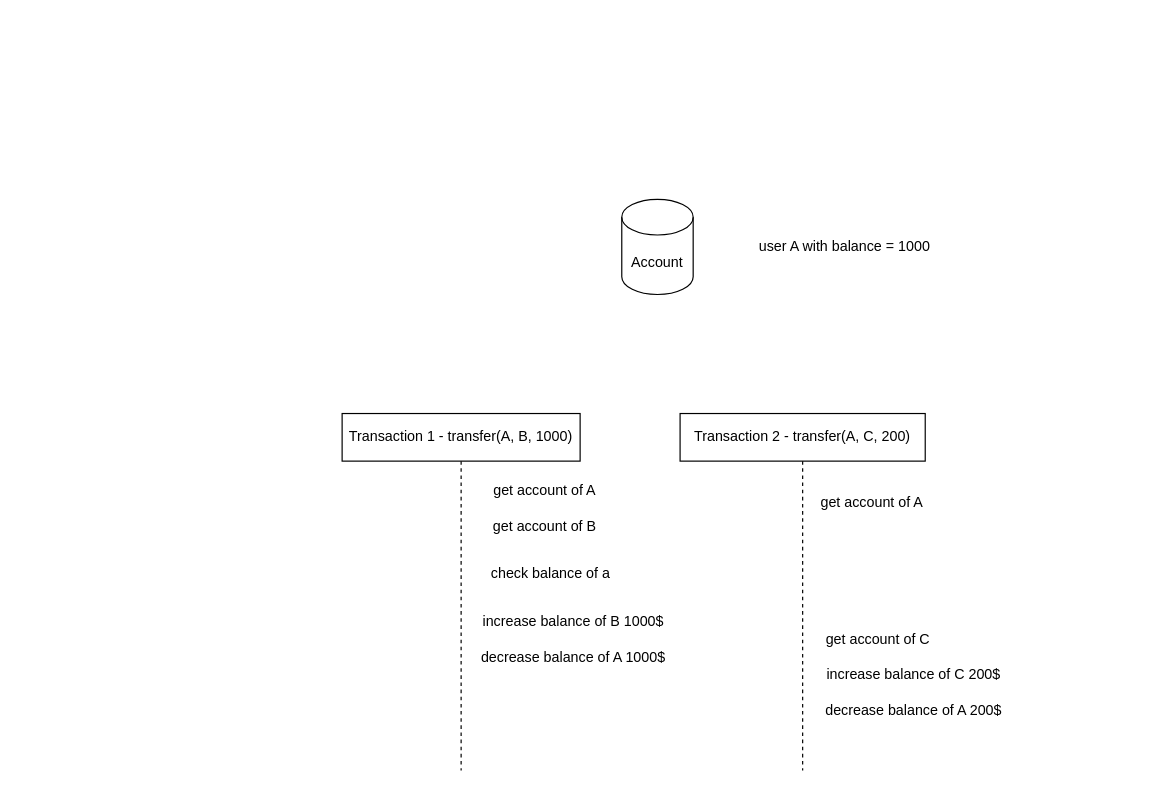
This is design-patern-test/design patern test.drawio from 15520529/draw-io, a draw.io file, before an edit. Source tidied: cells renumbered, new cells numbered last; positions are measured from the earlier drawing's top-left corner, leaving out a move shared by most shapes. Both pictures are drawn from the tidied source at 119%, with x=0, y=0 at pixel (342, 199).
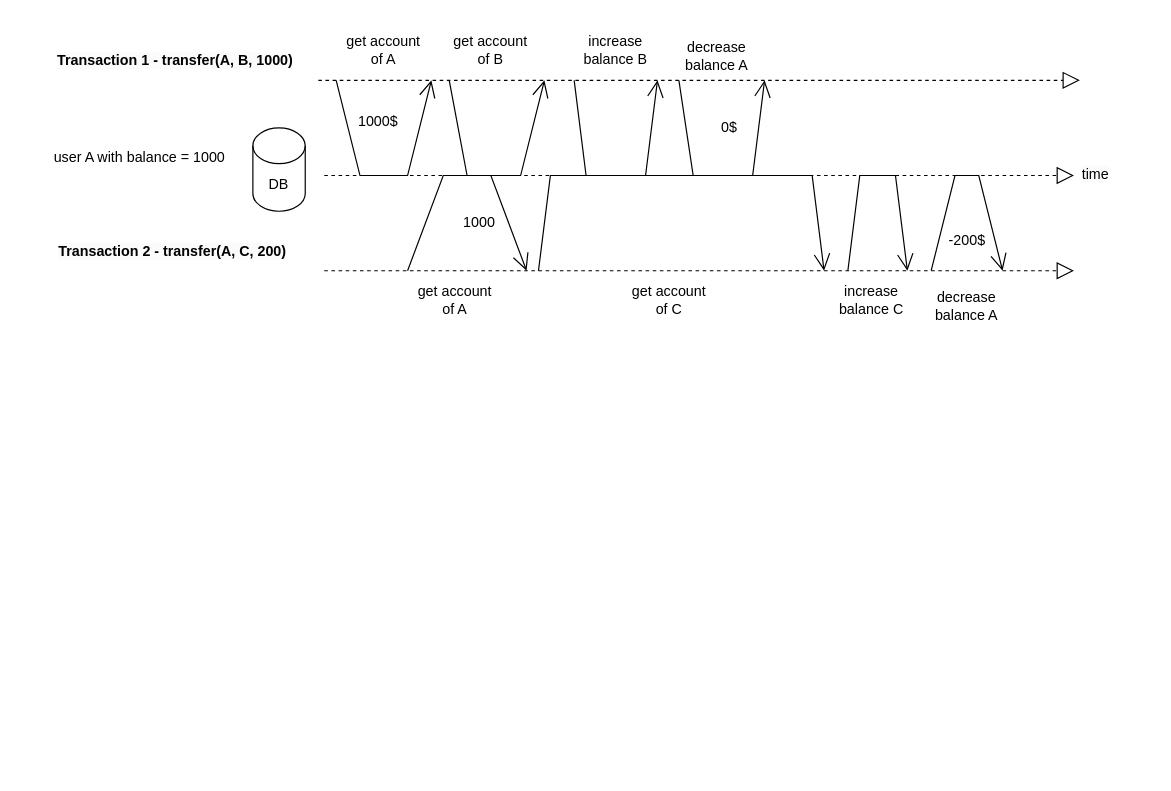
Above is the later version.

Commit message:
Cập nhật design patern test.drawio

Change to the diagram source:
```diff
@@
-    <mxCell id="2" value="Account" style="shape=cylinder3;whiteSpace=wrap;html=1;boundedLbl=1;backgroundOutline=1;size=15;" parent="1" vertex="1">
-      <mxGeometry x="235" width="60" height="80" as="geometry" />
+    <mxCell id="2" value="DB" style="shape=cylinder3;whiteSpace=wrap;html=1;boundedLbl=1;backgroundOutline=1;size=15;" parent="1" vertex="1">
+      <mxGeometry x="-75" y="-60" width="44" height="70" as="geometry" />
     </mxCell>
+    <mxCell id="5" value="user A with balance = 1000" style="text;html=1;strokeColor=none;fillColor=none;align=center;verticalAlign=middle;whiteSpace=wrap;rounded=0;" parent="1" vertex="1">
+      <mxGeometry x="-270" y="-50" width="200" height="30" as="geometry" />
+    </mxCell>
+    <mxCell id="15" style="endArrow=block;dashed=1;endFill=0;endSize=12;html=1;rounded=0;" parent="1" edge="1">
+      <mxGeometry relative="1" as="geometry">
+        <mxPoint x="-15" y="-20" as="sourcePoint" />
+        <mxPoint x="615" y="-20" as="targetPoint" />
+      </mxGeometry>
+    </mxCell>
-    <mxCell id="3" value="Transaction 1 -&amp;nbsp;transfer(A, B, 1000)" style="shape=umlLifeline;perimeter=lifelinePerimeter;whiteSpace=wrap;html=1;newEdgeStyle={&quot;edgeStyle&quot;:&quot;elbowEdgeStyle&quot;,&quot;elbow&quot;:&quot;vertical&quot;,&quot;curved&quot;:0,&quot;rounded&quot;:0};" parent="1" vertex="1">
-      <mxGeometry y="180" width="200" height="300" as="geometry" />
+    <mxCell id="3" value="&lt;span style=&quot;color: rgb(0, 0, 0); font-family: Helvetica; font-size: 12px; font-style: normal; font-variant-ligatures: normal; font-variant-caps: normal; letter-spacing: normal; orphans: 2; text-align: center; text-indent: 0px; text-transform: none; widows: 2; word-spacing: 0px; -webkit-text-stroke-width: 0px; background-color: rgb(251, 251, 251); text-decoration-thickness: initial; text-decoration-style: initial; text-decoration-color: initial; float: none; display: inline !important;&quot;&gt;Transaction 1 -&amp;nbsp;transfer(A, B, 1000)&lt;/span&gt;" style="text;whiteSpace=wrap;html=1;fontStyle=1;" parent="1" vertex="1">
+      <mxGeometry x="-241" y="-130" width="220" height="40" as="geometry" />
     </mxCell>
+    <mxCell id="16" value="&lt;span style=&quot;color: rgb(0, 0, 0); font-family: Helvetica; font-size: 12px; font-style: normal; font-variant-ligatures: normal; font-variant-caps: normal; font-weight: 400; letter-spacing: normal; orphans: 2; text-align: center; text-indent: 0px; text-transform: none; widows: 2; word-spacing: 0px; -webkit-text-stroke-width: 0px; background-color: rgb(251, 251, 251); text-decoration-thickness: initial; text-decoration-style: initial; text-decoration-color: initial; float: none; display: inline !important;&quot;&gt;time&lt;/span&gt;" style="text;whiteSpace=wrap;html=1;" parent="1" vertex="1">
+      <mxGeometry x="620" y="-35" width="60" height="40" as="geometry" />
+    </mxCell>
+    <mxCell id="17" style="endArrow=block;dashed=1;endFill=0;endSize=12;html=1;rounded=0;" parent="1" edge="1">
+      <mxGeometry relative="1" as="geometry">
+        <mxPoint x="-20" y="-100" as="sourcePoint" />
+        <mxPoint x="620" y="-100" as="targetPoint" />
+      </mxGeometry>
+    </mxCell>
-    <mxCell id="4" value="Transaction 2 -&amp;nbsp;transfer(A, C, 200)" style="shape=umlLifeline;perimeter=lifelinePerimeter;whiteSpace=wrap;html=1;newEdgeStyle={&quot;edgeStyle&quot;:&quot;elbowEdgeStyle&quot;,&quot;elbow&quot;:&quot;vertical&quot;,&quot;curved&quot;:0,&quot;rounded&quot;:0};" parent="1" vertex="1">
-      <mxGeometry x="284" y="180" width="206" height="300" as="geometry" />
+    <mxCell id="4" value="&lt;span style=&quot;color: rgb(0, 0, 0); font-family: Helvetica; font-size: 12px; font-style: normal; font-variant-ligatures: normal; font-variant-caps: normal; letter-spacing: normal; orphans: 2; text-align: center; text-indent: 0px; text-transform: none; widows: 2; word-spacing: 0px; -webkit-text-stroke-width: 0px; background-color: rgb(251, 251, 251); text-decoration-thickness: initial; text-decoration-style: initial; text-decoration-color: initial; float: none; display: inline !important;&quot;&gt;Transaction 2 -&amp;nbsp;transfer(A, C, 200)&lt;/span&gt;" style="text;whiteSpace=wrap;html=1;fontStyle=1;" parent="1" vertex="1">
+      <mxGeometry x="-240" y="30" width="220" height="40" as="geometry" />
     </mxCell>
-    <mxCell id="5" value="user A with balance = 1000" style="text;html=1;strokeColor=none;fillColor=none;align=center;verticalAlign=middle;whiteSpace=wrap;rounded=0;" parent="1" vertex="1">
-      <mxGeometry x="310" y="25" width="225" height="30" as="geometry" />
-    </mxCell>
-    <mxCell id="6" value="check balance of a" style="text;html=1;align=center;verticalAlign=middle;strokeColor=none;fillColor=none;" parent="1" vertex="1">
-      <mxGeometry x="115" y="300" width="120" height="30" as="geometry" />
-    </mxCell>
-    <mxCell id="7" value="get account of A" style="text;html=1;align=center;verticalAlign=middle;strokeColor=none;fillColor=none;" parent="1" vertex="1">
-      <mxGeometry x="115" y="230" width="110" height="30" as="geometry" />
-    </mxCell>
+    <mxCell id="18" style="endArrow=block;dashed=1;endFill=0;endSize=12;html=1;rounded=0;" parent="1" edge="1">
+      <mxGeometry relative="1" as="geometry">
+        <mxPoint x="-15" y="60" as="sourcePoint" />
+        <mxPoint x="615" y="60" as="targetPoint" />
+      </mxGeometry>
+    </mxCell>
+    <mxCell id="19" style="endArrow=open;endFill=1;endSize=12;html=1;rounded=0;" parent="1" edge="1">
+      <mxGeometry relative="1" as="geometry">
+        <mxPoint x="90" y="-100" as="sourcePoint" />
+        <mxPoint x="170" y="-100" as="targetPoint" />
+        <Array as="points">
+          <mxPoint x="105" y="-20" />
+          <mxPoint x="150" y="-20" />
+        </Array>
+      </mxGeometry>
+    </mxCell>
+    <mxCell id="20" style="endArrow=open;endFill=1;endSize=12;html=1;rounded=0;" parent="1" edge="1">
+      <mxGeometry relative="1" as="geometry">
+        <mxPoint x="55" y="60" as="sourcePoint" />
+        <mxPoint x="155" y="60" as="targetPoint" />
+        <Array as="points">
+          <mxPoint x="85" y="-20" />
+          <mxPoint x="125" y="-20" />
+        </Array>
+      </mxGeometry>
+    </mxCell>
+    <mxCell id="21" value="1000$" style="text;html=1;align=center;verticalAlign=middle;strokeColor=none;fillColor=none;" parent="1" vertex="1">
+      <mxGeometry y="-80" width="60" height="30" as="geometry" />
+    </mxCell>
+    <mxCell id="22" value="1000" style="text;html=1;align=center;verticalAlign=middle;strokeColor=none;fillColor=none;" parent="1" vertex="1">
+      <mxGeometry x="90" y="5" width="50" height="30" as="geometry" />
+    </mxCell>
+    <mxCell id="23" style="endArrow=open;endFill=1;endSize=12;html=1;rounded=0;" parent="1" edge="1">
+      <mxGeometry relative="1" as="geometry">
+        <mxPoint x="165" y="60" as="sourcePoint" />
+        <mxPoint x="405" y="60" as="targetPoint" />
+        <Array as="points">
+          <mxPoint x="175" y="-20" />
+          <mxPoint x="395" y="-20" />
+        </Array>
+      </mxGeometry>
+    </mxCell>
+    <mxCell id="24" style="endArrow=open;endFill=1;endSize=12;html=1;rounded=0;" parent="1" edge="1">
+      <mxGeometry relative="1" as="geometry">
+        <mxPoint x="195" y="-100" as="sourcePoint" />
+        <mxPoint x="265" y="-100" as="targetPoint" />
+        <Array as="points">
+          <mxPoint x="205" y="-20" />
+          <mxPoint x="255" y="-20" />
+        </Array>
+      </mxGeometry>
+    </mxCell>
+    <mxCell id="25" style="endArrow=open;endFill=1;endSize=12;html=1;rounded=0;" parent="1" edge="1">
+      <mxGeometry relative="1" as="geometry">
+        <mxPoint x="495" y="60" as="sourcePoint" />
+        <mxPoint x="555" y="60" as="targetPoint" />
+        <Array as="points">
+          <mxPoint x="515" y="-20" />
+          <mxPoint x="535" y="-20" />
+        </Array>
+      </mxGeometry>
+    </mxCell>
+    <mxCell id="26" style="endArrow=open;endFill=1;endSize=12;html=1;rounded=0;" parent="1" edge="1">
+      <mxGeometry relative="1" as="geometry">
+        <mxPoint x="425" y="60" as="sourcePoint" />
+        <mxPoint x="475" y="60" as="targetPoint" />
+        <Array as="points">
+          <mxPoint x="435" y="-20" />
+          <mxPoint x="465" y="-20" />
+        </Array>
+      </mxGeometry>
+    </mxCell>
+    <mxCell id="27" style="endArrow=open;endFill=1;endSize=12;html=1;rounded=0;" parent="1" edge="1">
+      <mxGeometry relative="1" as="geometry">
+        <mxPoint x="283" y="-100" as="sourcePoint" />
+        <mxPoint x="355" y="-100" as="targetPoint" />
+        <Array as="points">
+          <mxPoint x="295" y="-20" />
+          <mxPoint x="345" y="-20" />
+        </Array>
+      </mxGeometry>
+    </mxCell>
+    <mxCell id="28" value="decrease balance A" style="text;html=1;strokeColor=none;fillColor=none;align=center;verticalAlign=middle;whiteSpace=wrap;rounded=0;" parent="1" vertex="1">
+      <mxGeometry x="485" y="60" width="80" height="60" as="geometry" />
+    </mxCell>
+    <mxCell id="29" value="increase balance C" style="text;html=1;strokeColor=none;fillColor=none;align=center;verticalAlign=middle;whiteSpace=wrap;rounded=0;" parent="1" vertex="1">
+      <mxGeometry x="415" y="70" width="60" height="30" as="geometry" />
+    </mxCell>
+    <mxCell id="30" value="decrease balance A" style="text;html=1;strokeColor=none;fillColor=none;align=center;verticalAlign=middle;whiteSpace=wrap;rounded=0;" parent="1" vertex="1">
+      <mxGeometry x="275" y="-150" width="80" height="60" as="geometry" />
+    </mxCell>
+    <mxCell id="31" value="increase balance B" style="text;html=1;strokeColor=none;fillColor=none;align=center;verticalAlign=middle;whiteSpace=wrap;rounded=0;" parent="1" vertex="1">
+      <mxGeometry x="200" y="-140" width="60" height="30" as="geometry" />
+    </mxCell>
+    <mxCell id="32" value="get account of A" style="text;html=1;strokeColor=none;fillColor=none;align=center;verticalAlign=middle;whiteSpace=wrap;rounded=0;" parent="1" vertex="1">
+      <mxGeometry y="-140" width="70" height="30" as="geometry" />
+    </mxCell>
-    <mxCell id="8" value="get account of B" style="text;html=1;align=center;verticalAlign=middle;strokeColor=none;fillColor=none;" parent="1" vertex="1">
-      <mxGeometry x="115" y="260" width="110" height="30" as="geometry" />
+    <mxCell id="8" value="get account of B" style="text;html=1;strokeColor=none;fillColor=none;align=center;verticalAlign=middle;whiteSpace=wrap;rounded=0;" parent="1" vertex="1">
+      <mxGeometry x="90" y="-140" width="70" height="30" as="geometry" />
     </mxCell>
-    <mxCell id="9" value="get account of A" style="text;html=1;align=center;verticalAlign=middle;strokeColor=none;fillColor=none;" parent="1" vertex="1">
-      <mxGeometry x="390" y="240" width="110" height="30" as="geometry" />
-    </mxCell>
+    <mxCell id="33" style="endArrow=open;endFill=1;endSize=12;html=1;rounded=0;" parent="1" edge="1">
+      <mxGeometry relative="1" as="geometry">
+        <mxPoint x="-5" y="-100" as="sourcePoint" />
+        <mxPoint x="75" y="-100" as="targetPoint" />
+        <Array as="points">
+          <mxPoint x="15" y="-20" />
+          <mxPoint x="55" y="-20" />
+        </Array>
+      </mxGeometry>
+    </mxCell>
+    <mxCell id="34" value="0$" style="text;html=1;align=center;verticalAlign=middle;strokeColor=none;fillColor=none;" parent="1" vertex="1">
+      <mxGeometry x="305" y="-75" width="40" height="30" as="geometry" />
+    </mxCell>
+    <mxCell id="35" value="-200$" style="text;html=1;align=center;verticalAlign=middle;strokeColor=none;fillColor=none;" parent="1" vertex="1">
+      <mxGeometry x="500" y="20" width="50" height="30" as="geometry" />
+    </mxCell>
+    <mxCell id="36" value="get account of A" style="text;html=1;strokeColor=none;fillColor=none;align=center;verticalAlign=middle;whiteSpace=wrap;rounded=0;" parent="1" vertex="1">
+      <mxGeometry x="60" y="70" width="70" height="30" as="geometry" />
+    </mxCell>
-    <mxCell id="10" value="get account of C" style="text;html=1;align=center;verticalAlign=middle;strokeColor=none;fillColor=none;" parent="1" vertex="1">
-      <mxGeometry x="395" y="355" width="110" height="30" as="geometry" />
+    <mxCell id="10" value="get account of C" style="text;html=1;strokeColor=none;fillColor=none;align=center;verticalAlign=middle;whiteSpace=wrap;rounded=0;" parent="1" vertex="1">
+      <mxGeometry x="240" y="70" width="70" height="30" as="geometry" />
     </mxCell>
-    <mxCell id="11" value="increase balance of B 1000$" style="text;html=1;align=center;verticalAlign=middle;strokeColor=none;fillColor=none;" parent="1" vertex="1">
-      <mxGeometry x="104" y="340" width="180" height="30" as="geometry" />
-    </mxCell>
-    <mxCell id="12" value="decrease balance of A 1000$" style="text;html=1;align=center;verticalAlign=middle;strokeColor=none;fillColor=none;" parent="1" vertex="1">
-      <mxGeometry x="104" y="370" width="180" height="30" as="geometry" />
-    </mxCell>
-    <mxCell id="13" value="increase balance of C 200$" style="text;html=1;align=center;verticalAlign=middle;strokeColor=none;fillColor=none;" parent="1" vertex="1">
-      <mxGeometry x="395" y="385" width="170" height="30" as="geometry" />
-    </mxCell>
-    <mxCell id="14" value="decrease balance of A 200$" style="text;html=1;align=center;verticalAlign=middle;strokeColor=none;fillColor=none;" parent="1" vertex="1">
-      <mxGeometry x="395" y="415" width="170" height="30" as="geometry" />
-    </mxCell>
```
